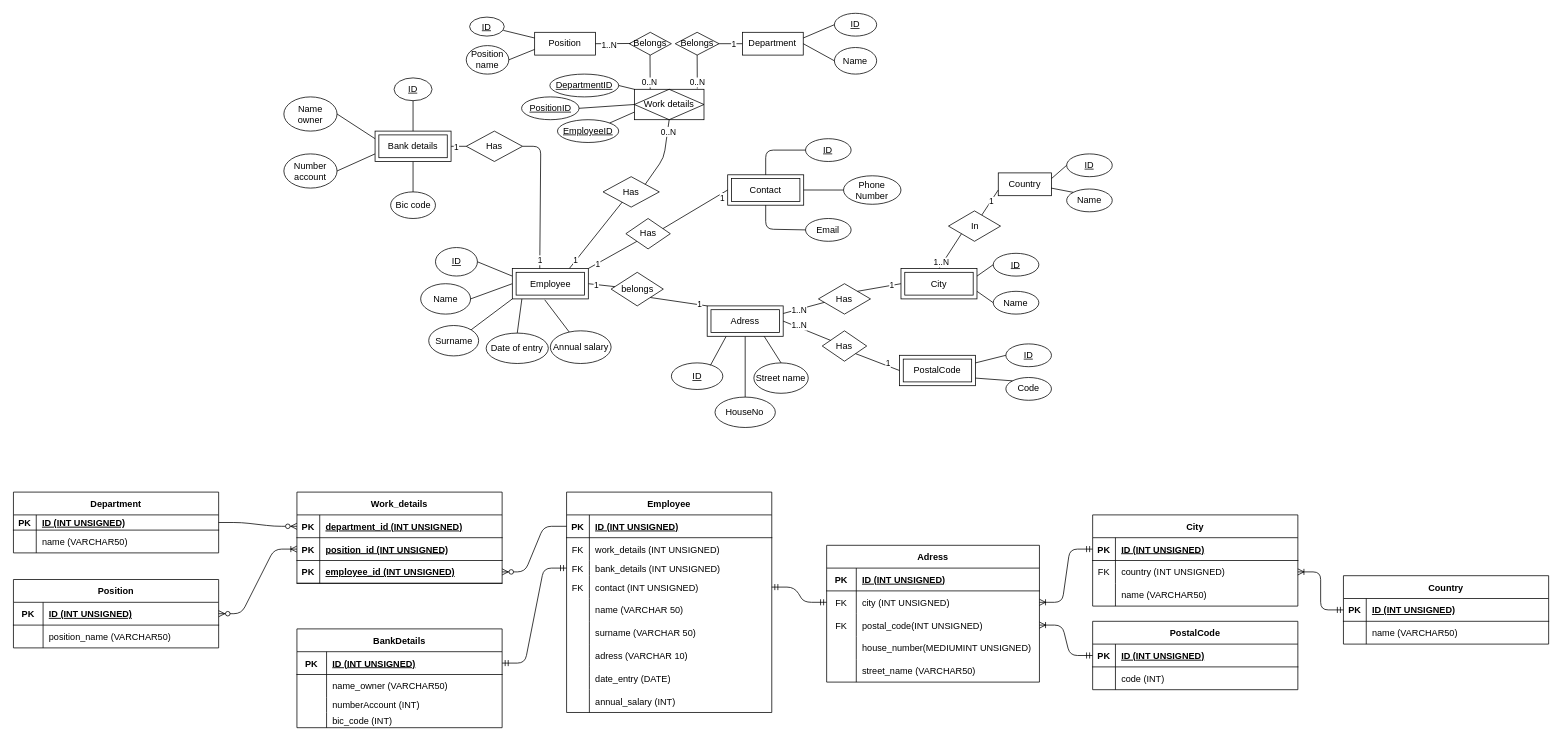
The draw.io diagram Scheme_database.drawio in AntoineD74/Database-project, before the edit. Source tidied: cells renumbered, new cells numbered last; positions are measured from the earlier drawing's top-left corner, leaving out a move shared by most shapes. Both pictures are drawn from the tidied source at 76%, with x=0, y=0 at pixel (13, 13).
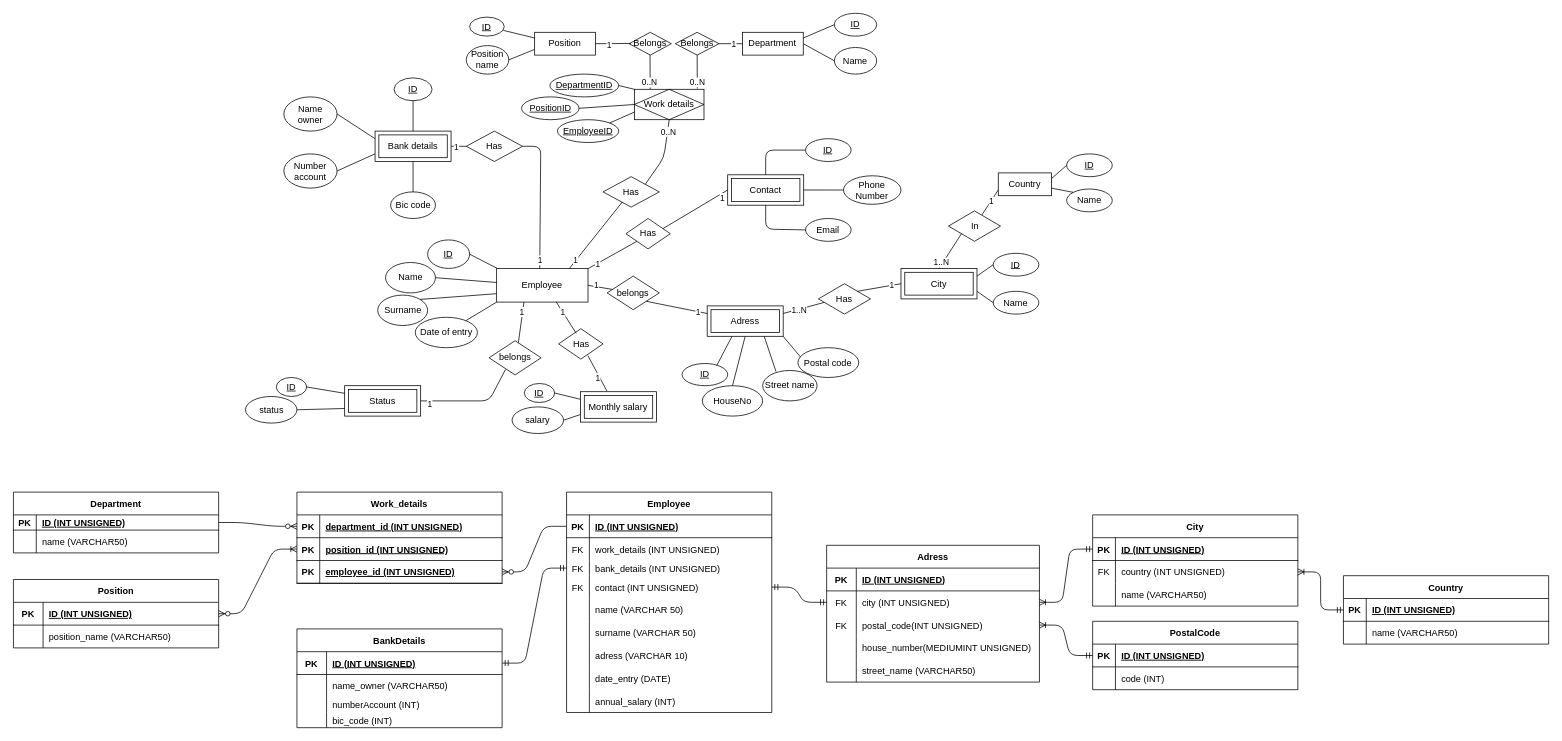
Above is the later version.

The change refers to these unchanged cells:
```xml
<mxCell id="13" value="Has" style="rhombus;whiteSpace=wrap;html=1;" parent="1" vertex="1">
  <mxGeometry x="776" y="215" width="74" height="40" as="geometry" />
</mxCell>
<mxCell id="117" value="Has" style="rhombus;whiteSpace=wrap;html=1;" parent="1" vertex="1">
  <mxGeometry x="596" y="155" width="74" height="40" as="geometry" />
</mxCell>
<mxCell id="128" value="Adress" style="shape=ext;margin=3;double=1;whiteSpace=wrap;html=1;align=center;" parent="1" vertex="1">
  <mxGeometry x="913" y="385" width="100" height="40" as="geometry" />
</mxCell>
<mxCell id="141" value="Has" style="rhombus;whiteSpace=wrap;html=1;" parent="1" vertex="1">
  <mxGeometry x="806" y="270" width="58.5" height="40" as="geometry" />
</mxCell>
```

Diff of the diagram source:
```diff
@@
     <mxCell id="3" value="Surname" style="ellipse;whiteSpace=wrap;html=1;" parent="1" vertex="1">
-      <mxGeometry x="546.6" y="410.8" width="65.7" height="40" as="geometry" />
+      <mxGeometry x="479.5" y="370.8" width="65.7" height="40" as="geometry" />
     </mxCell>
     <mxCell id="4" value="Name" style="ellipse;whiteSpace=wrap;html=1;" parent="1" vertex="1">
-      <mxGeometry x="536" y="355.8" width="65.7" height="40" as="geometry" />
+      <mxGeometry x="489.8" y="327.9" width="65.7" height="40" as="geometry" />
     </mxCell>
     <mxCell id="5" value="&lt;u&gt;ID&lt;/u&gt;" style="ellipse;whiteSpace=wrap;html=1;" parent="1" vertex="1">
-      <mxGeometry x="555.5" y="308.2" width="55.2" height="37.5" as="geometry" />
+      <mxGeometry x="545.2" y="298.2" width="55.2" height="37.5" as="geometry" />
     </mxCell>
     <mxCell id="6" value="Date of entry" style="ellipse;whiteSpace=wrap;html=1;" parent="1" vertex="1">
-      <mxGeometry x="622.2" y="420.8" width="81.8" height="40" as="geometry" />
+      <mxGeometry x="528.9" y="400" width="81.8" height="40" as="geometry" />
     </mxCell>
-    <mxCell id="7" style="endArrow=none;html=1;exitX=1;exitY=0;exitDx=0;exitDy=0;entryX=0;entryY=1;entryDx=0;entryDy=0;" parent="1" edge="1" source="3" target="217">
+    <mxCell id="7" style="endArrow=none;html=1;exitX=1;exitY=0;exitDx=0;exitDy=0;entryX=0;entryY=0.75;entryDx=0;entryDy=0;" parent="1" edge="1" source="3" target="217">
       <mxGeometry relative="1" as="geometry" />
     </mxCell>
-    <mxCell id="8" style="endArrow=none;html=1;exitX=1;exitY=0.5;exitDx=0;exitDy=0;entryX=0;entryY=0.5;entryDx=0;entryDy=0;" parent="1" edge="1" source="4" target="217">
-      <mxGeometry relative="1" as="geometry" />
+    <mxCell id="8" style="endArrow=none;html=1;exitX=1;exitY=0.5;exitDx=0;exitDy=0;entryX=0;entryY=0.5;entryDx=0;entryDy=0;" parent="1" edge="1" source="4">
+      <mxGeometry relative="1" as="geometry">
+        <mxPoint x="656.6" y="355.8" as="targetPoint" />
+      </mxGeometry>
     </mxCell>
-    <mxCell id="9" style="endArrow=none;html=1;exitX=1;exitY=0.5;exitDx=0;exitDy=0;entryX=0;entryY=0.25;entryDx=0;entryDy=0;" parent="1" edge="1" source="5" target="217">
-      <mxGeometry relative="1" as="geometry" />
+    <mxCell id="9" style="endArrow=none;html=1;exitX=1;exitY=0.5;exitDx=0;exitDy=0;entryX=0;entryY=0.25;entryDx=0;entryDy=0;" parent="1" edge="1" source="5">
+      <mxGeometry relative="1" as="geometry">
+        <mxPoint x="656.6" y="345.8" as="targetPoint" />
+      </mxGeometry>
     </mxCell>
-    <mxCell id="10" style="endArrow=none;html=1;exitX=0.5;exitY=0;exitDx=0;exitDy=0;entryX=0.127;entryY=0.981;entryDx=0;entryDy=0;entryPerimeter=0;" parent="1" edge="1" source="6" target="217">
+    <mxCell id="10" style="endArrow=none;html=1;entryX=0;entryY=1;entryDx=0;entryDy=0;" parent="1" edge="1" source="6" target="217">
       <mxGeometry relative="1" as="geometry" />
     </mxCell>
@@
     <mxCell id="21" value="HouseNo" style="ellipse;whiteSpace=wrap;html=1;" parent="1" vertex="1">
-      <mxGeometry x="923.3" y="505" width="79.4" height="40" as="geometry" />
+      <mxGeometry x="906.6" y="490" width="79.4" height="40" as="geometry" />
     </mxCell>
-    <mxCell id="22" value="Code" style="ellipse;whiteSpace=wrap;html=1;" parent="1" vertex="1">
-      <mxGeometry x="1306" y="479.2" width="60" height="30" as="geometry" />
-    </mxCell>
     <mxCell id="23" value="Street name" style="ellipse;whiteSpace=wrap;html=1;" parent="1" vertex="1">
-      <mxGeometry x="974.4" y="460" width="71.6" height="40" as="geometry" />
+      <mxGeometry x="986" y="470" width="71.6" height="40" as="geometry" />
     </mxCell>
@@
     <mxCell id="26" value="&lt;u&gt;ID&lt;/u&gt;" style="ellipse;whiteSpace=wrap;html=1;" parent="1" vertex="1">
-      <mxGeometry x="865.9" y="460" width="67.7" height="35" as="geometry" />
+      <mxGeometry x="880" y="460.8" width="60" height="29.2" as="geometry" />
     </mxCell>
-    <mxCell id="27" style="endArrow=none;html=1;exitX=0.25;exitY=1;exitDx=0;exitDy=0;entryX=0.759;entryY=0.091;entryDx=0;entryDy=0;entryPerimeter=0;" parent="1" edge="1" source="128" target="26">
+    <mxCell id="27" style="endArrow=none;html=1;entryX=0.759;entryY=0.091;entryDx=0;entryDy=0;entryPerimeter=0;exitX=0.33;exitY=0.985;exitDx=0;exitDy=0;exitPerimeter=0;" parent="1" edge="1" source="128" target="26">
       <mxGeometry relative="1" as="geometry" />
     </mxCell>
@@
-    <mxCell id="33" value="Annual salary" style="ellipse;whiteSpace=wrap;html=1;" parent="1" vertex="1">
-      <mxGeometry x="706.6" y="417.8" width="80" height="43" as="geometry" />
-    </mxCell>
@@
-    <mxCell id="35" style="endArrow=none;html=1;exitX=0.75;exitY=0;exitDx=0;exitDy=0;entryX=0.342;entryY=0.833;entryDx=0;entryDy=0;entryPerimeter=0;" parent="1" edge="1" source="217" target="13">
-      <mxGeometry relative="1" as="geometry" />
+    <mxCell id="35" style="endArrow=none;html=1;exitX=0.75;exitY=0;exitDx=0;exitDy=0;entryX=0.342;entryY=0.833;entryDx=0;entryDy=0;entryPerimeter=0;" parent="1" edge="1" target="13">
+      <mxGeometry relative="1" as="geometry">
+        <mxPoint x="731.6" y="335.8" as="sourcePoint" />
+      </mxGeometry>
     </mxCell>
@@
-    <mxCell id="37" style="endArrow=none;html=1;exitX=1;exitY=0.5;exitDx=0;exitDy=0;entryX=0.361;entryY=0.015;entryDx=0;entryDy=0;entryPerimeter=0;" parent="1" edge="1" source="117" target="217">
+    <mxCell id="37" style="endArrow=none;html=1;exitX=1;exitY=0.5;exitDx=0;exitDy=0;entryX=0.361;entryY=0.015;entryDx=0;entryDy=0;entryPerimeter=0;" parent="1" edge="1" source="117">
       <mxGeometry relative="1" as="geometry">
+        <mxPoint x="692.7" y="336.4" as="targetPoint" />
         <Array as="points">
           <mxPoint x="694" y="175" />
         </Array>
       </mxGeometry>
     </mxCell>
-    <mxCell id="38" style="edgeStyle=orthogonalEdgeStyle;rounded=0;orthogonalLoop=1;jettySize=auto;html=1;exitX=0.5;exitY=1;exitDx=0;exitDy=0;" parent="1" edge="1" source="33" target="33">
-      <mxGeometry relative="1" as="geometry" />
+    <mxCell id="38" style="edgeStyle=orthogonalEdgeStyle;rounded=0;orthogonalLoop=1;jettySize=auto;html=1;exitX=0.5;exitY=1;exitDx=0;exitDy=0;" parent="1" edge="1">
+      <mxGeometry relative="1" as="geometry">
+        <mxPoint x="633" y="442.2" as="sourcePoint" />
+        <mxPoint x="633" y="442.2" as="targetPoint" />
+      </mxGeometry>
     </mxCell>
@@
-    <mxCell id="129" style="endArrow=none;html=1;exitX=0.75;exitY=1;exitDx=0;exitDy=0;entryX=0.5;entryY=0;entryDx=0;entryDy=0;" parent="1" edge="1" source="128" target="23">
+    <mxCell id="129" style="endArrow=none;html=1;exitX=0.75;exitY=1;exitDx=0;exitDy=0;entryX=0.245;entryY=0.033;entryDx=0;entryDy=0;entryPerimeter=0;" parent="1" edge="1" source="128" target="23">
       <mxGeometry relative="1" as="geometry" />
     </mxCell>
     <mxCell id="130" value="belongs" style="rhombus;whiteSpace=wrap;html=1;" parent="1" vertex="1">
-      <mxGeometry x="786.6" y="340.8" width="68.7" height="44.2" as="geometry" />
+      <mxGeometry x="781.3" y="345.8" width="68.7" height="44.2" as="geometry" />
     </mxCell>
@@
-    <mxCell id="136" value="PostalCode" style="shape=ext;margin=3;double=1;whiteSpace=wrap;html=1;align=center;" parent="1" vertex="1">
-      <mxGeometry x="1166" y="450" width="100" height="40" as="geometry" />
-    </mxCell>
-    <mxCell id="137" style="endArrow=none;html=1;entryX=1;entryY=0;entryDx=0;entryDy=0;exitX=0;exitY=1;exitDx=0;exitDy=0;" parent="1" edge="1" source="141" target="217">
-      <mxGeometry relative="1" as="geometry" />
+    <mxCell id="137" style="endArrow=none;html=1;entryX=1;entryY=0;entryDx=0;entryDy=0;exitX=0;exitY=1;exitDx=0;exitDy=0;" parent="1" edge="1" source="141">
+      <mxGeometry relative="1" as="geometry">
+        <mxPoint x="756.6" y="335.8" as="targetPoint" />
+      </mxGeometry>
     </mxCell>
-    <mxCell id="138" style="endArrow=none;html=1;exitX=0;exitY=0;exitDx=0;exitDy=0;entryX=1;entryY=0.75;entryDx=0;entryDy=0;" parent="1" edge="1" source="22" target="136">
-      <mxGeometry relative="1" as="geometry" />
-    </mxCell>
-    <mxCell id="139" style="endArrow=none;html=1;entryX=0.427;entryY=1.031;entryDx=0;entryDy=0;entryPerimeter=0;" parent="1" edge="1" source="33" target="217">
-      <mxGeometry relative="1" as="geometry" />
-    </mxCell>
@@
-    <mxCell id="143" style="endArrow=none;html=1;exitX=1;exitY=0.5;exitDx=0;exitDy=0;" parent="1" edge="1" source="217" target="130">
+    <mxCell id="143" style="endArrow=none;html=1;exitX=1;exitY=0.5;exitDx=0;exitDy=0;startArrow=none;" parent="1" edge="1" source="217" target="130">
       <mxGeometry relative="1" as="geometry" />
     </mxCell>
-    <mxCell id="144" style="endArrow=none;html=1;exitX=0;exitY=0;exitDx=0;exitDy=0;entryX=1;entryY=1;entryDx=0;entryDy=0;" parent="1" edge="1" source="128" target="130">
+    <mxCell id="144" style="endArrow=none;html=1;exitX=0;exitY=0.25;exitDx=0;exitDy=0;entryX=1;entryY=1;entryDx=0;entryDy=0;" parent="1" edge="1" source="128" target="130">
       <mxGeometry relative="1" as="geometry" />
     </mxCell>
@@
-    <mxCell id="146" value="Has" style="rhombus;whiteSpace=wrap;html=1;" parent="1" vertex="1">
-      <mxGeometry x="1064.4" y="417.8" width="58.5" height="40" as="geometry" />
-    </mxCell>
@@
-    <mxCell id="148" style="endArrow=none;html=1;exitX=1;exitY=0.5;exitDx=0;exitDy=0;" parent="1" edge="1" source="128" target="146">
-      <mxGeometry relative="1" as="geometry" />
-    </mxCell>
-    <mxCell id="149" style="endArrow=none;html=1;exitX=1;exitY=1;exitDx=0;exitDy=0;entryX=0;entryY=0.5;entryDx=0;entryDy=0;" parent="1" edge="1" source="146" target="136">
-      <mxGeometry relative="1" as="geometry" />
-    </mxCell>
@@
-    <mxCell id="155" value="&lt;u&gt;ID&lt;/u&gt;" style="ellipse;whiteSpace=wrap;html=1;" parent="1" vertex="1">
-      <mxGeometry x="1306" y="435" width="60" height="30" as="geometry" />
-    </mxCell>
-    <mxCell id="156" style="endArrow=none;html=1;exitX=0;exitY=0.5;exitDx=0;exitDy=0;entryX=1;entryY=0.25;entryDx=0;entryDy=0;" parent="1" edge="1" source="155" target="136">
-      <mxGeometry relative="1" as="geometry" />
-    </mxCell>
@@
-    <mxCell id="161" value="1" style="edgeLabel;html=1;align=center;verticalAlign=middle;" parent="1" vertex="1">
-      <mxGeometry x="1092.4" y="435" as="geometry">
-        <mxPoint x="58" y="25" as="offset" />
-      </mxGeometry>
-    </mxCell>
-    <mxCell id="162" value="1..N" style="edgeLabel;html=1;align=center;verticalAlign=middle;" parent="1" vertex="1">
-      <mxGeometry x="1236" y="430.8" as="geometry">
-        <mxPoint x="-203" y="-20" as="offset" />
-      </mxGeometry>
-    </mxCell>
@@
     <mxCell id="165" value="1" style="edgeLabel;html=1;align=center;verticalAlign=middle;" parent="1" vertex="1">
-      <mxGeometry x="746.6" y="420.8" as="geometry">
+      <mxGeometry x="744.4" y="430.8" as="geometry">
         <mxPoint x="156" y="-38" as="offset" />
       </mxGeometry>
     </mxCell>
@@
-    <mxCell id="217" value="Employee" style="shape=ext;margin=3;double=1;whiteSpace=wrap;html=1;align=center;" parent="1" vertex="1">
-      <mxGeometry x="656.6" y="335.8" width="100" height="40" as="geometry" />
-    </mxCell>
@@
-    <mxCell id="226" value="1..N" style="edgeLabel;html=1;align=center;verticalAlign=middle;" parent="1" vertex="1">
+    <mxCell id="226" value="1" style="edgeLabel;html=1;align=center;verticalAlign=middle;" parent="1" vertex="1">
       <mxGeometry x="986" y="61.3" as="geometry">
         <mxPoint x="-203" y="-20" as="offset" />
       </mxGeometry>
     </mxCell>
@@
+    <mxCell id="217" value="Employee" style="rounded=0;whiteSpace=wrap;html=1;" parent="1" vertex="1">
+      <mxGeometry x="636" y="335.8" width="120.2" height="44.2" as="geometry" />
+    </mxCell>
+    <mxCell id="228" style="endArrow=none;html=1;exitX=1;exitY=0.5;exitDx=0;exitDy=0;" parent="1" edge="1" target="217">
+      <mxGeometry relative="1" as="geometry">
+        <mxPoint x="756.6" y="355.8" as="sourcePoint" />
+      </mxGeometry>
+    </mxCell>
+    <mxCell id="229" value="Monthly salary" style="shape=ext;margin=3;double=1;whiteSpace=wrap;html=1;align=center;" parent="1" vertex="1">
+      <mxGeometry x="746.3" y="497.9" width="100" height="40" as="geometry" />
+    </mxCell>
+    <mxCell id="146" value="Has" style="rhombus;whiteSpace=wrap;html=1;" parent="1" vertex="1">
+      <mxGeometry x="717.5" y="415" width="58.5" height="40" as="geometry" />
+    </mxCell>
+    <mxCell id="230" style="endArrow=none;html=1;exitX=0.396;exitY=0.15;exitDx=0;exitDy=0;exitPerimeter=0;entryX=0.651;entryY=0.992;entryDx=0;entryDy=0;entryPerimeter=0;" parent="1" edge="1" source="146" target="217">
+      <mxGeometry relative="1" as="geometry" />
+    </mxCell>
+    <mxCell id="231" style="endArrow=none;html=1;exitX=0.347;exitY=-0.025;exitDx=0;exitDy=0;exitPerimeter=0;entryX=0.658;entryY=0.883;entryDx=0;entryDy=0;entryPerimeter=0;" parent="1" edge="1" source="229" target="146">
+      <mxGeometry relative="1" as="geometry" />
+    </mxCell>
+    <mxCell id="232" value="1" style="edgeLabel;html=1;align=center;verticalAlign=middle;" parent="1" vertex="1">
+      <mxGeometry x="566" y="430.8" as="geometry">
+        <mxPoint x="156" y="-38" as="offset" />
+      </mxGeometry>
+    </mxCell>
+    <mxCell id="233" value="1" style="edgeLabel;html=1;align=center;verticalAlign=middle;" parent="1" vertex="1">
+      <mxGeometry x="612.3" y="517.9" as="geometry">
+        <mxPoint x="156" y="-38" as="offset" />
+      </mxGeometry>
+    </mxCell>
+    <mxCell id="234" value="&lt;u&gt;ID&lt;/u&gt;" style="ellipse;whiteSpace=wrap;html=1;" parent="1" vertex="1">
+      <mxGeometry x="672.3" y="487.1" width="40" height="25" as="geometry" />
+    </mxCell>
+    <mxCell id="235" value="salary" style="ellipse;whiteSpace=wrap;html=1;" parent="1" vertex="1">
+      <mxGeometry x="656.3" y="517.9" width="67.7" height="35" as="geometry" />
+    </mxCell>
+    <mxCell id="236" style="endArrow=none;html=1;exitX=0;exitY=0.25;exitDx=0;exitDy=0;entryX=1;entryY=0.5;entryDx=0;entryDy=0;" parent="1" edge="1" source="229" target="234">
+      <mxGeometry relative="1" as="geometry" />
+    </mxCell>
+    <mxCell id="237" style="endArrow=none;html=1;exitX=0;exitY=0.75;exitDx=0;exitDy=0;entryX=1;entryY=0.5;entryDx=0;entryDy=0;" parent="1" edge="1" source="229" target="235">
+      <mxGeometry relative="1" as="geometry" />
+    </mxCell>
+    <mxCell id="238" value="Postal code" style="ellipse;whiteSpace=wrap;html=1;" parent="1" vertex="1">
+      <mxGeometry x="1032.4" y="440" width="80" height="39.2" as="geometry" />
+    </mxCell>
+    <mxCell id="239" style="endArrow=none;html=1;entryX=0.04;entryY=0.307;entryDx=0;entryDy=0;exitX=1;exitY=1;exitDx=0;exitDy=0;entryPerimeter=0;" parent="1" edge="1" source="128" target="238">
+      <mxGeometry relative="1" as="geometry" />
+    </mxCell>
+    <mxCell id="240" value="belongs" style="rhombus;whiteSpace=wrap;html=1;" parent="1" vertex="1">
+      <mxGeometry x="626" y="430.8" width="68.5" height="45" as="geometry" />
+    </mxCell>
+    <mxCell id="241" style="endArrow=none;html=1;exitX=0.563;exitY=0.058;exitDx=0;exitDy=0;entryX=0.299;entryY=1.001;entryDx=0;entryDy=0;entryPerimeter=0;exitPerimeter=0;" parent="1" edge="1" source="240" target="217">
+      <mxGeometry relative="1" as="geometry" />
+    </mxCell>
+    <mxCell id="242" style="endArrow=none;html=1;exitX=1;exitY=0.5;exitDx=0;exitDy=0;entryX=0.316;entryY=0.84;entryDx=0;entryDy=0;entryPerimeter=0;" parent="1" edge="1" source="243" target="240">
+      <mxGeometry relative="1" as="geometry">
+        <Array as="points">
+          <mxPoint x="626" y="510" />
+        </Array>
+      </mxGeometry>
+    </mxCell>
+    <mxCell id="243" value="Status" style="shape=ext;margin=3;double=1;whiteSpace=wrap;html=1;align=center;" parent="1" vertex="1">
+      <mxGeometry x="436" y="490" width="100" height="40" as="geometry" />
+    </mxCell>
+    <mxCell id="244" value="1" style="edgeLabel;html=1;align=center;verticalAlign=middle;" parent="1" vertex="1">
+      <mxGeometry x="512.3" y="430.8" as="geometry">
+        <mxPoint x="156" y="-38" as="offset" />
+      </mxGeometry>
+    </mxCell>
+    <mxCell id="245" value="1" style="edgeLabel;html=1;align=center;verticalAlign=middle;" parent="1" vertex="1">
+      <mxGeometry x="391" y="552.9" as="geometry">
+        <mxPoint x="156" y="-38" as="offset" />
+      </mxGeometry>
+    </mxCell>
+    <mxCell id="246" value="&lt;u&gt;ID&lt;/u&gt;" style="ellipse;whiteSpace=wrap;html=1;" parent="1" vertex="1">
+      <mxGeometry x="346" y="479.2" width="40" height="25" as="geometry" />
+    </mxCell>
+    <mxCell id="247" value="status" style="ellipse;whiteSpace=wrap;html=1;" parent="1" vertex="1">
+      <mxGeometry x="305.5" y="504.2" width="67.7" height="35" as="geometry" />
+    </mxCell>
+    <mxCell id="248" style="endArrow=none;html=1;exitX=0;exitY=0.25;exitDx=0;exitDy=0;entryX=1;entryY=0.5;entryDx=0;entryDy=0;" parent="1" edge="1" source="243" target="246">
+      <mxGeometry relative="1" as="geometry" />
+    </mxCell>
+    <mxCell id="249" style="endArrow=none;html=1;entryX=1;entryY=0.5;entryDx=0;entryDy=0;exitX=0;exitY=0.75;exitDx=0;exitDy=0;" parent="1" edge="1" source="243" target="247">
+      <mxGeometry relative="1" as="geometry" />
+    </mxCell>
```
